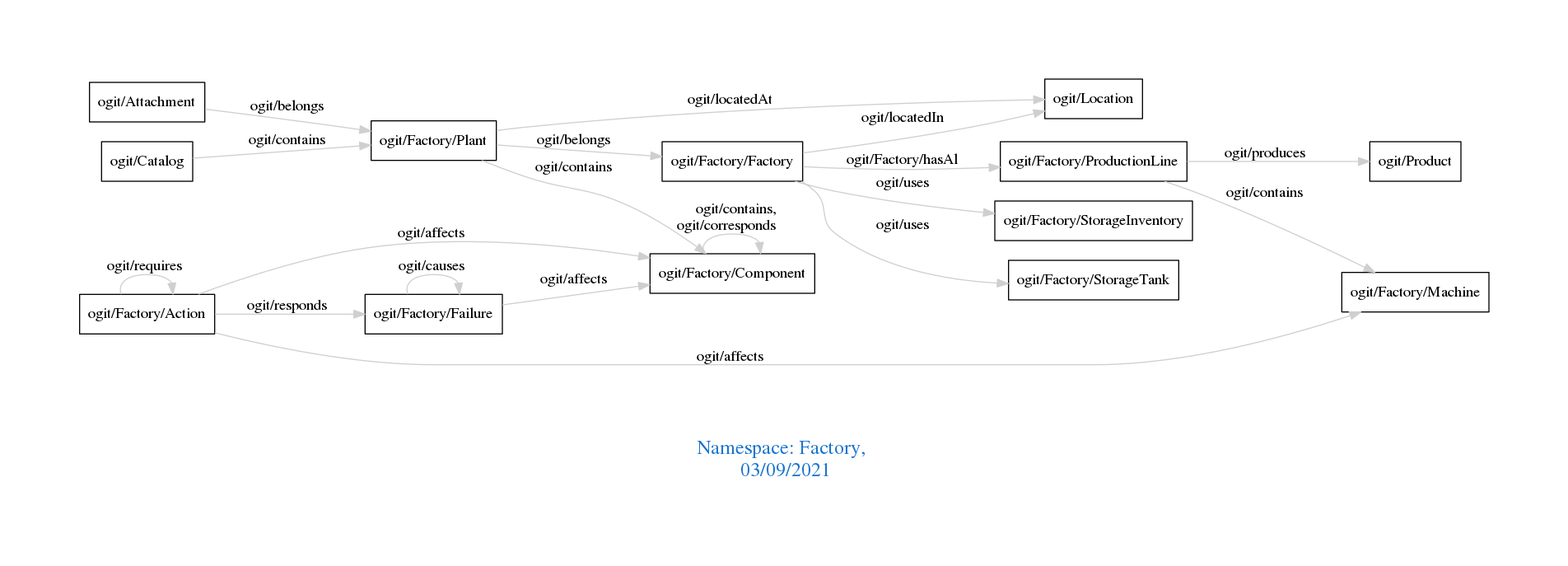
This is downloads/Factory.png from arago/OGIT, a Graphviz export, as it was before one commit. Its source is kept beside it as downloads/Factory.dot.
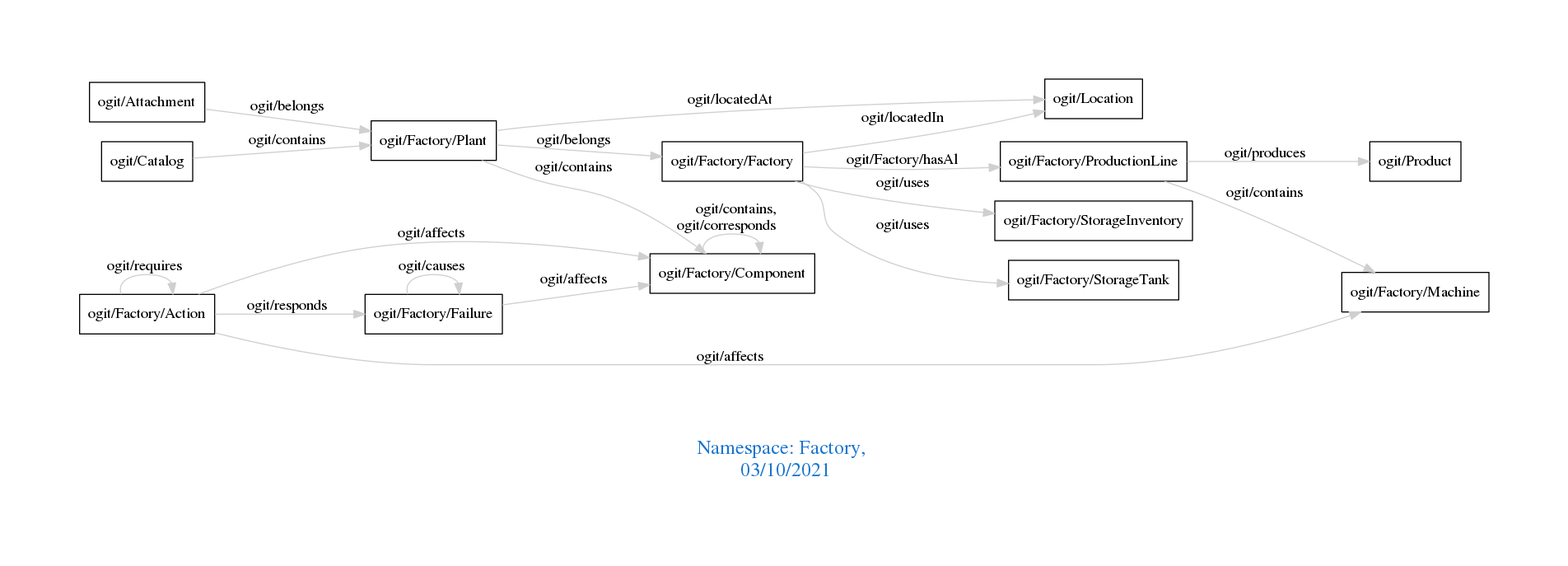
After the change.

The edit, as a diff of the source:
```diff
@@ -1,7 +1,7 @@
 digraph OGIT_ontology {
  graph [ rankdir= LR,pad=1
 fontsize = 18,
-fontcolor= dodgerblue3,label = "\n\n\nNamespace: Factory, \n 03/09/2021"];
+fontcolor= dodgerblue3,label = "\n\n\nNamespace: Factory, \n 03/10/2021"];
 node[shape=polygon];
 edge [  color="gray81"];
 
```
